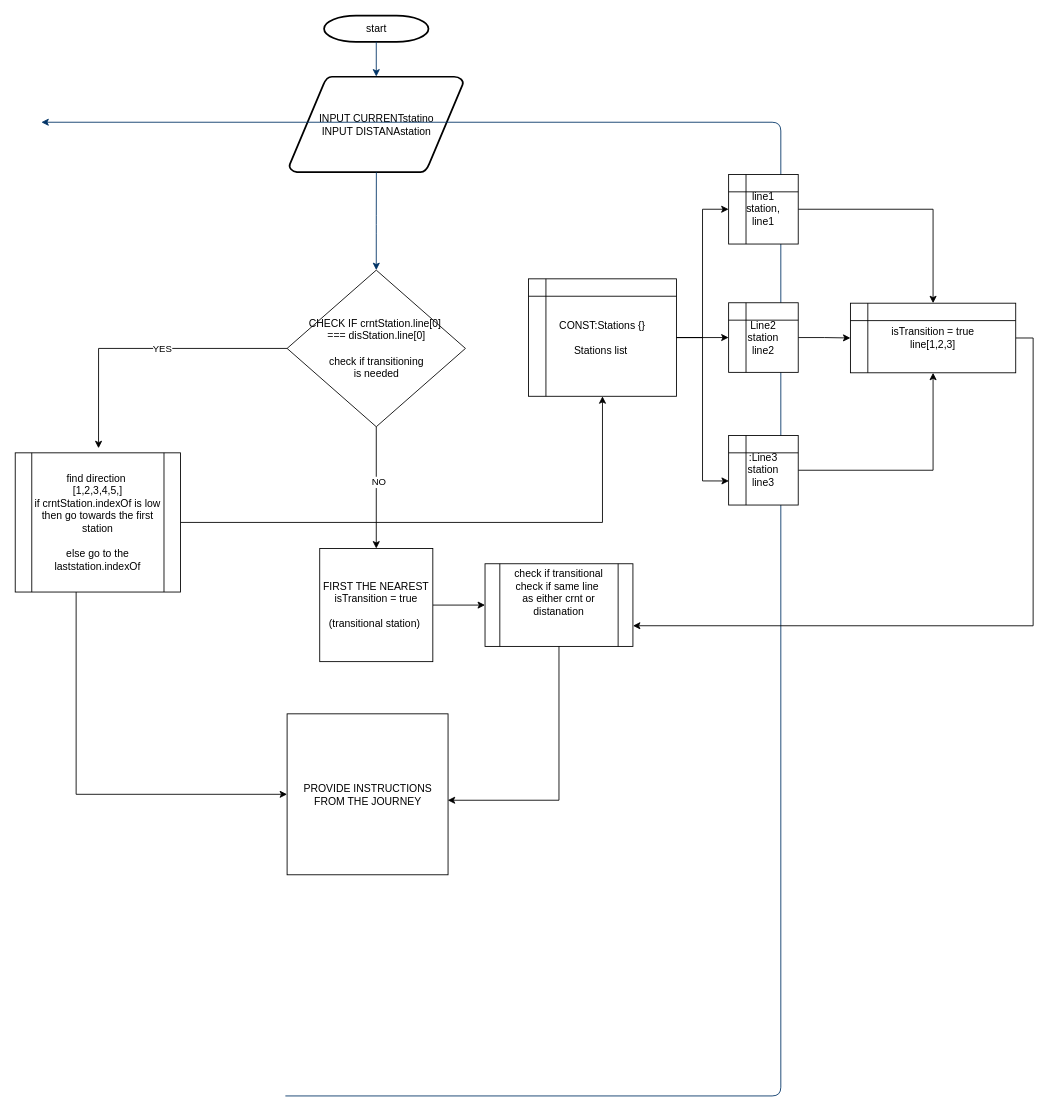
The draw.io diagram Untitled Diagram.drawio in Youssfhazem1221/Metro-PWS-app, before the edit. Source tidied: cells renumbered, new cells numbered last; positions are measured from the earlier drawing's top-left corner, leaving out a move shared by most shapes. Both pictures are drawn from the tidied source at 87%, with x=0, y=0 at pixel (15, 16).
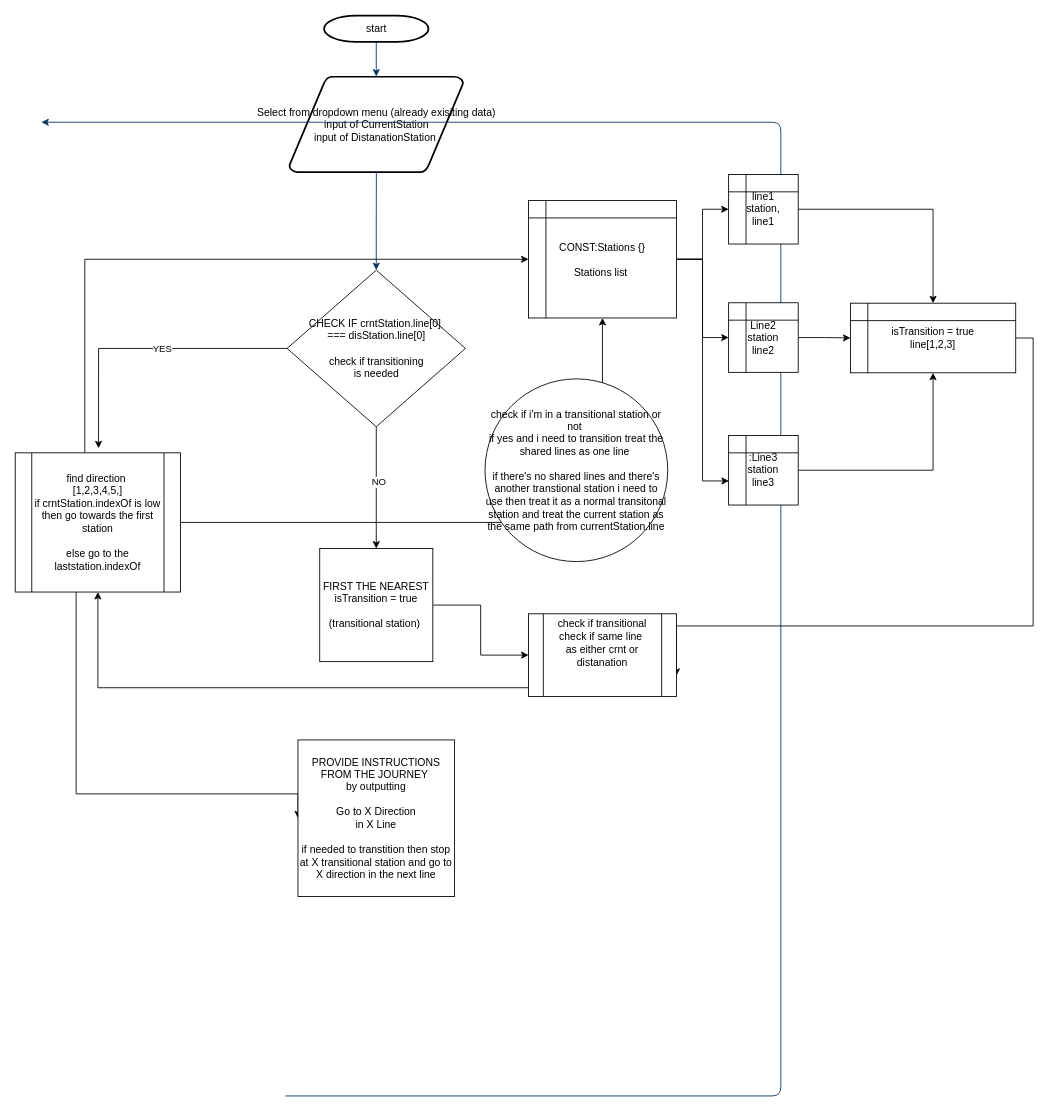
After the change.

The change refers to these unchanged cells:
```xml
<mxCell id="28" value="find direction&amp;nbsp;&lt;br&gt;[1,2,3,4,5,]&lt;br&gt;if crntStation.indexOf is low then go towards the first station&lt;br&gt;&lt;br&gt;else go to the laststation.indexOf" style="shape=process;whiteSpace=wrap;html=1;backgroundOutline=1;" parent="1" vertex="1">
  <mxGeometry y="502" width="190" height="160" as="geometry" />
</mxCell>
```

What changed in the source:
```diff
@@
-    <mxCell id="3" value="INPUT CURRENTstatino&lt;br&gt;INPUT DISTANAstation" style="shape=mxgraph.flowchart.data;strokeWidth=2;gradientColor=none;gradientDirection=north;fontStyle=0;html=1;" parent="1" vertex="1">
+    <mxCell id="3" value="Select from dropdown menu (already exisiting data)&lt;br&gt;input of CurrentStation&lt;br&gt;input of DistanationStation&amp;nbsp;" style="shape=mxgraph.flowchart.data;strokeWidth=2;gradientColor=none;gradientDirection=north;fontStyle=0;html=1;" parent="1" vertex="1">
       <mxGeometry x="315" y="69.5" width="200" height="110" as="geometry" />
     </mxCell>
@@
     <mxCell id="9" value="CONST:Stations {}&lt;br&gt;&lt;br&gt;Stations list&amp;nbsp;" style="shape=internalStorage;whiteSpace=wrap;html=1;backgroundOutline=1;" parent="1" vertex="1">
-      <mxGeometry x="590" y="302" width="170" height="135" as="geometry" />
+      <mxGeometry x="590" y="212" width="170" height="135" as="geometry" />
     </mxCell>
@@
+    <mxCell id="32" style="edgeStyle=orthogonalEdgeStyle;rounded=0;jettySize=auto;html=1;entryX=0;entryY=0.5;entryDx=0;entryDy=0;" parent="1" edge="1" source="28" target="9">
+      <mxGeometry relative="1" as="geometry">
+        <Array as="points">
+          <mxPoint x="80" y="280" />
+        </Array>
+      </mxGeometry>
+    </mxCell>
@@
+    <mxCell id="33" style="edgeStyle=orthogonalEdgeStyle;rounded=0;jettySize=auto;html=1;entryX=0.5;entryY=1;entryDx=0;entryDy=0;" parent="1" edge="1" source="29" target="28">
+      <mxGeometry relative="1" as="geometry">
+        <Array as="points">
+          <mxPoint x="95" y="772" />
+        </Array>
+      </mxGeometry>
+    </mxCell>
     <mxCell id="29" value="check if transitional&lt;br&gt;check if same line&amp;nbsp;&lt;br&gt;as either crnt or distanation&lt;br&gt;&lt;br&gt;&lt;br&gt;" style="shape=process;whiteSpace=wrap;html=1;backgroundOutline=1;" parent="1" vertex="1">
-      <mxGeometry x="540" y="629.5" width="170" height="95" as="geometry" />
+      <mxGeometry x="590" y="687" width="170" height="95" as="geometry" />
     </mxCell>
-    <mxCell id="30" value="PROVIDE INSTRUCTIONS FROM THE JOURNEY" style="whiteSpace=wrap;html=1;" parent="1" vertex="1">
-      <mxGeometry x="312.5" y="802" width="185" height="185" as="geometry" />
+    <mxCell id="30" value="PROVIDE INSTRUCTIONS FROM THE JOURNEY&amp;nbsp;&lt;br&gt;by outputting&lt;br&gt;&lt;br&gt;Go to X Direction&lt;br&gt;in X Line&lt;br&gt;&lt;br&gt;if needed to transtition then stop at X transitional station and go to X direction in the next line" style="whiteSpace=wrap;html=1;" parent="1" vertex="1">
+      <mxGeometry x="325" y="832" width="180" height="180" as="geometry" />
     </mxCell>
-    <mxCell id="31" style="edgeStyle=orthogonalEdgeStyle;rounded=0;jettySize=auto;html=1;entryX=0.998;entryY=0.537;entryDx=0;entryDy=0;entryPerimeter=0;" parent="1" edge="1" source="29" target="30">
-      <mxGeometry relative="1" as="geometry">
-        <Array as="points">
-          <mxPoint x="625" y="901" />
-        </Array>
-      </mxGeometry>
-    </mxCell>
+    <mxCell id="34" value="check if i'm in a transitional station or not&amp;nbsp;&lt;br&gt;if yes and i need to transition treat the shared lines as one line&amp;nbsp;&lt;br&gt;&lt;br&gt;if there's no shared lines and there's another transtional station i need to use then treat it as a normal transitonal station and treat the current station as the same path from currentStation.line" style="ellipse;whiteSpace=wrap;html=1;" parent="1" vertex="1">
+      <mxGeometry x="540" y="417" width="210" height="210" as="geometry" />
+    </mxCell>
```
